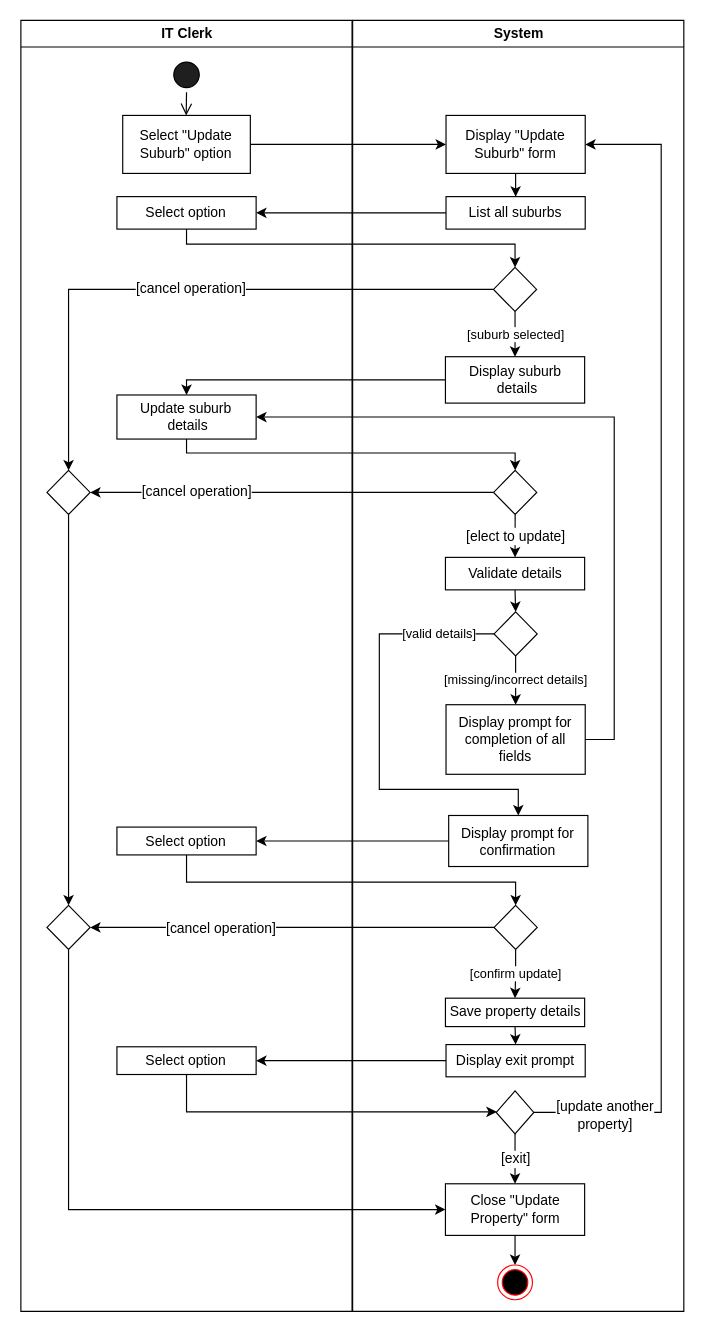
Above: 26 Update Suburb.drawio in aliceypuff/5607_UML-diagrams (draw.io), before the change. Source tidied: cells renumbered, new cells numbered last; positions are measured from the earlier drawing's top-left corner, leaving out a move shared by most shapes. Both pictures are drawn from the tidied source at 116%, with x=0, y=0 at pixel (20, 20).
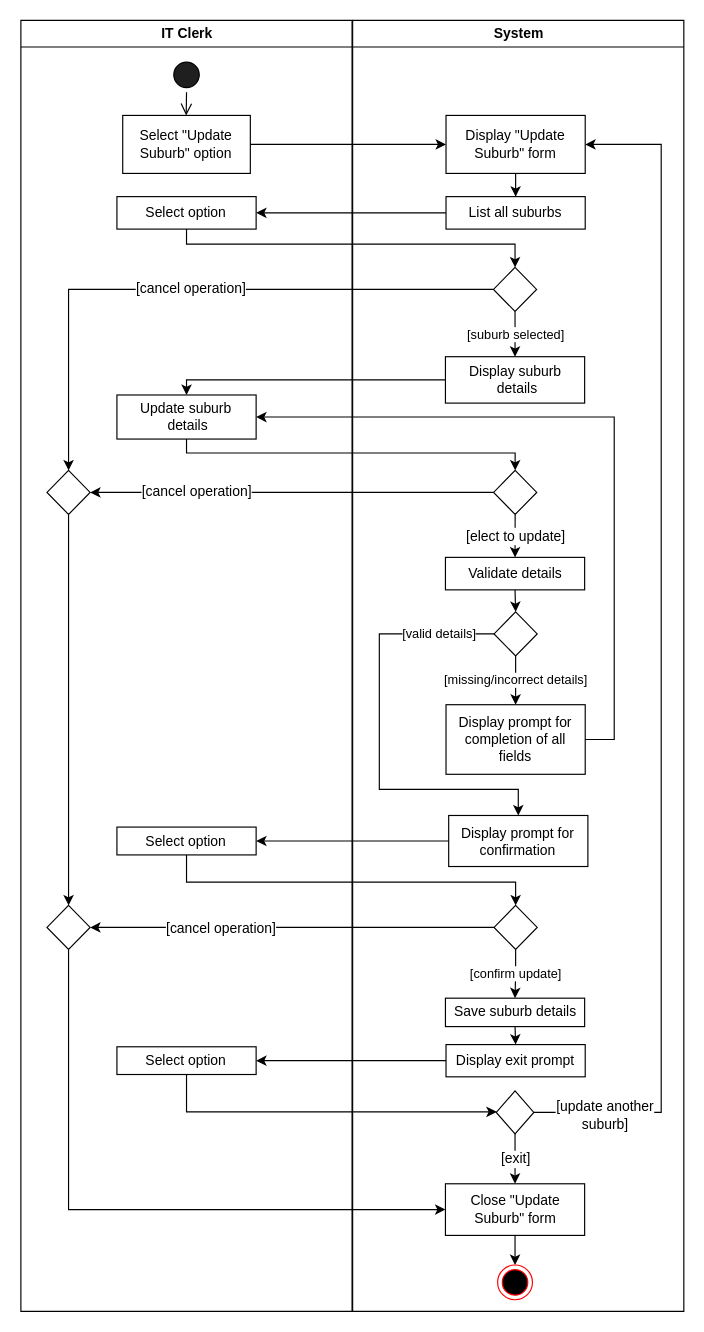
Above is the later version.

Unchanged cells that the change refers to:
```xml
<mxCell id="12" value="System" style="swimlane;whiteSpace=wrap;rounded=0;" parent="1" vertex="1">
  <mxGeometry x="286.5" width="285.5" height="1113" as="geometry" />
</mxCell>
<mxCell id="14" value="Display &quot;Update Suburb&quot; form" style="whiteSpace=wrap;html=1;rounded=0;" parent="12" vertex="1">
  <mxGeometry x="80.5" y="82" width="120" height="50" as="geometry" />
</mxCell>
<mxCell id="28" style="rhombus;whiteSpace=wrap;html=1;rounded=0;" parent="12" vertex="1">
  <mxGeometry x="123.8" y="923" width="32.4" height="37" as="geometry" />
</mxCell>
```

What changed in the source:
```diff
@@
-    <mxCell id="34" value="Close &quot;Update &lt;br&gt;Property&quot; form" style="whiteSpace=wrap;html=1;rounded=0;" parent="12" vertex="1">
+    <mxCell id="34" value="Close &quot;Update &lt;br&gt;Suburb&quot; form" style="whiteSpace=wrap;html=1;rounded=0;" parent="12" vertex="1">
       <mxGeometry x="80" y="1003" width="120" height="44.5" as="geometry" />
     </mxCell>
@@
-    <mxCell id="37" value="Save property details" style="whiteSpace=wrap;html=1;rounded=0;" parent="12" vertex="1">
+    <mxCell id="37" value="Save suburb details" style="whiteSpace=wrap;html=1;rounded=0;" parent="12" vertex="1">
       <mxGeometry x="80" y="843" width="120" height="24.5" as="geometry" />
     </mxCell>
@@
-    <mxCell id="41" value="[update another &lt;br&gt;property]" style="edgeStyle=orthogonalEdgeStyle;rounded=0;jettySize=auto;html=1;exitX=1;exitY=0.5;exitDx=0;exitDy=0;fontFamily=Helvetica;fontSize=12;fontColor=default;entryX=1;entryY=0.5;entryDx=0;entryDy=0;" parent="12" edge="1" source="28" target="14">
+    <mxCell id="41" value="[update another &lt;br&gt;suburb]" style="edgeStyle=orthogonalEdgeStyle;rounded=0;jettySize=auto;html=1;exitX=1;exitY=0.5;exitDx=0;exitDy=0;fontFamily=Helvetica;fontSize=12;fontColor=default;entryX=1;entryY=0.5;entryDx=0;entryDy=0;" parent="12" edge="1" source="28" target="14">
       <mxGeometry x="-0.88" y="-1" relative="1" as="geometry">
         <Array as="points">
           <mxPoint x="266" y="942" />
           <mxPoint x="266" y="107" />
         </Array>
         <mxPoint y="1" as="offset" />
       </mxGeometry>
     </mxCell>
```
